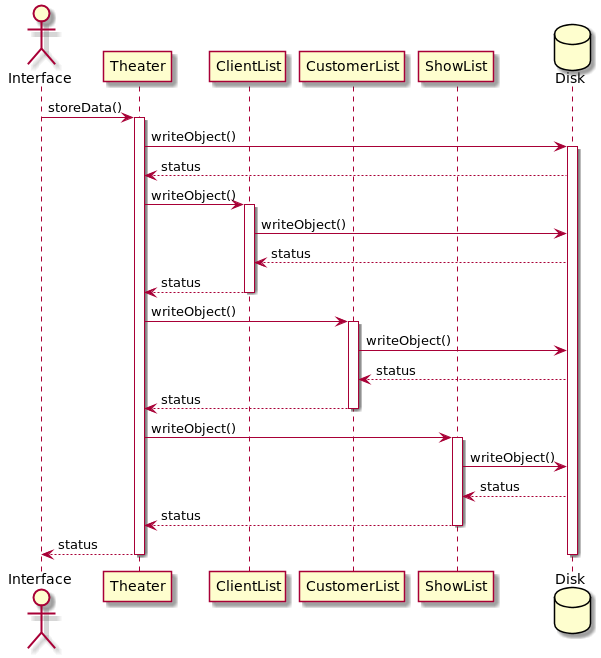
The PlantUML diagram src/SequenceDiagrams/SaveState.png in FreezeWarp/372Groupwork, before a commit.
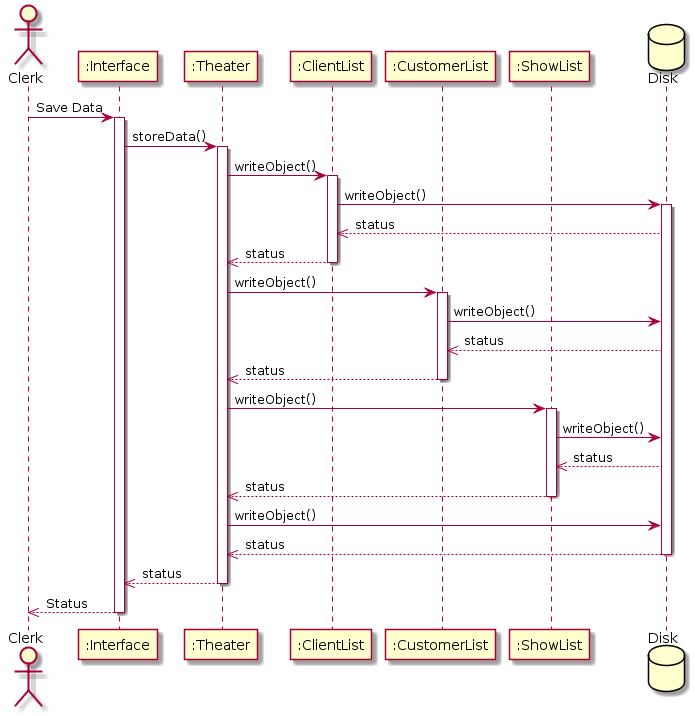
After the change.

What changed in the source:
```diff
@@ -1,42 +1,51 @@
 @startuml
 
-actor Interface
-participant Theater
-participant ClientList
-participant CustomerList
-participant ShowList
+actor Clerk
+participant ":Interface"
+participant ":Theater"
+participant ":ClientList"
+participant ":CustomerList"
+participant ":ShowList"
 database Disk
 
-Interface -> Theater : storeData()
-activate Theater
+Clerk -> ":Interface" : Save Data
+activate ":Interface"
 
-Theater -> Disk: writeObject()
+":Interface" -> ":Theater" : storeData()
+activate ":Theater"
+
+":Theater" -> ":ClientList": writeObject()
+activate ":ClientList"
+":ClientList" -> Disk: writeObject()
 activate Disk
-Disk --> Theater: status
+Disk -->> ":ClientList": status
+":ClientList" -->> ":Theater": status
+deactivate ":ClientList"
 
-Theater -> ClientList: writeObject()
-activate ClientList
-ClientList -> Disk: writeObject()
-Disk --> ClientList: status
-ClientList --> Theater: status
-deactivate ClientList
+":Theater" -> ":CustomerList": writeObject()
+activate ":CustomerList"
+":CustomerList" -> Disk: writeObject()
+Disk -->> ":CustomerList": status
+":CustomerList" -->> ":Theater": status
+deactivate ":CustomerList"
 
-Theater -> CustomerList: writeObject()
-activate CustomerList
-CustomerList -> Disk: writeObject()
-Disk --> CustomerList: status
-CustomerList --> Theater: status
-deactivate CustomerList
+":Theater" -> ":ShowList": writeObject()
+activate ":ShowList"
+":ShowList" -> Disk: writeObject()
+Disk -->> ":ShowList": status
+":ShowList" -->> ":Theater": status
+deactivate ":ShowList"
 
-Theater -> ShowList: writeObject()
-activate ShowList
-ShowList -> Disk: writeObject()
-Disk --> ShowList: status
-ShowList --> Theater: status
-deactivate ShowList
+":Theater" -> Disk: writeObject()
+Disk -->> ":Theater": status
 
-Theater --> Interface: status
-deactivate Theater
 deactivate Disk
 
+":Theater" -->> ":Interface": status
+deactivate ":Theater"
+
+":Interface" -->> Clerk: Status
+deactivate ":Interface"
+deactivate Clerk
+
 @enduml
```
